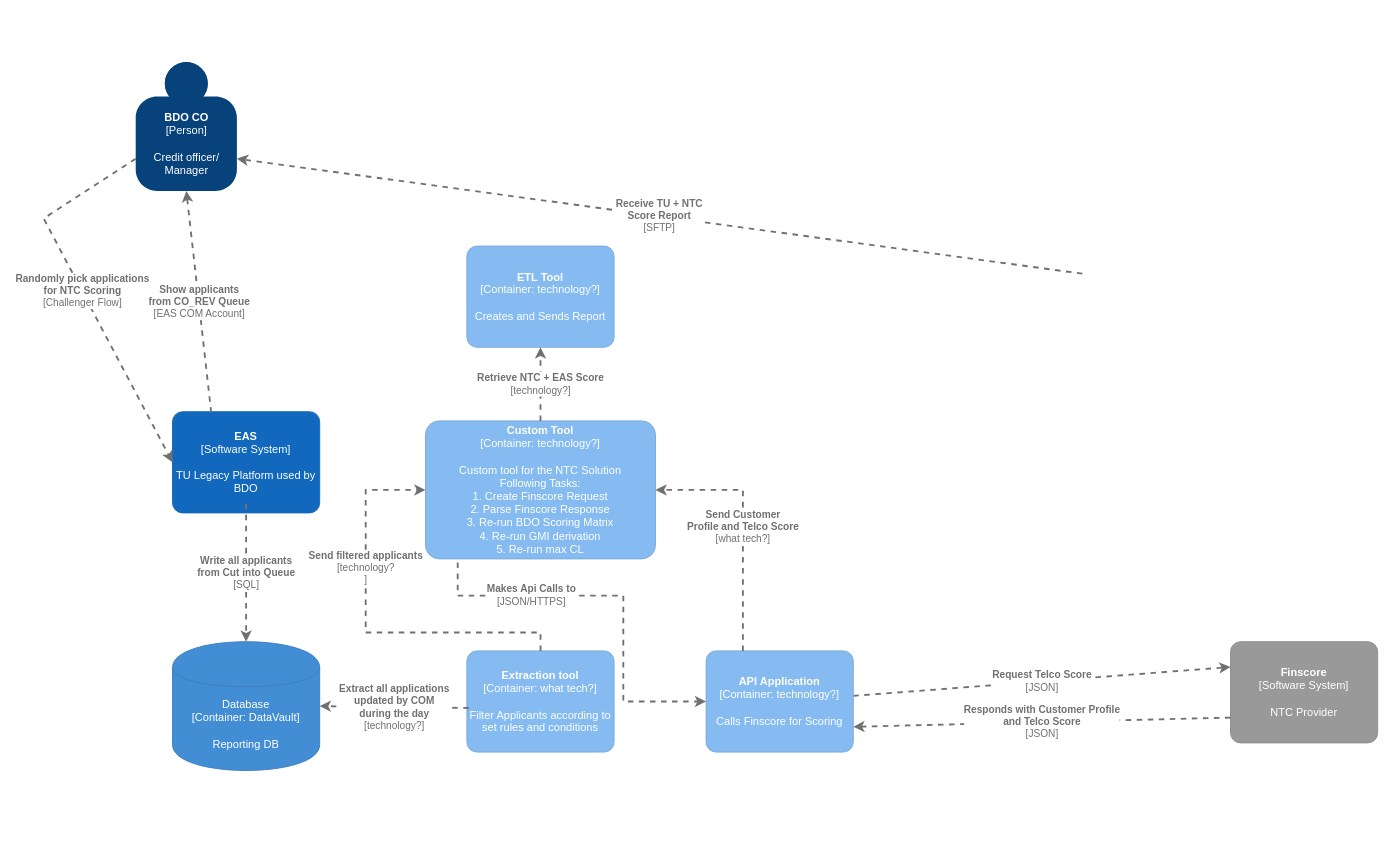
The draw.io diagram page "POC Solution (MVP)" (2 of 2) of BDO-NTC-EAS.drawio in howardleev/c4-draw.io, before the edit. Source tidied: cells renumbered, new cells numbered last; positions are measured from the earlier drawing's top-left corner, leaving out a move shared by most shapes. Both pictures are drawn from the tidied source at 92%, with x=0, y=0 at pixel (43, 62).
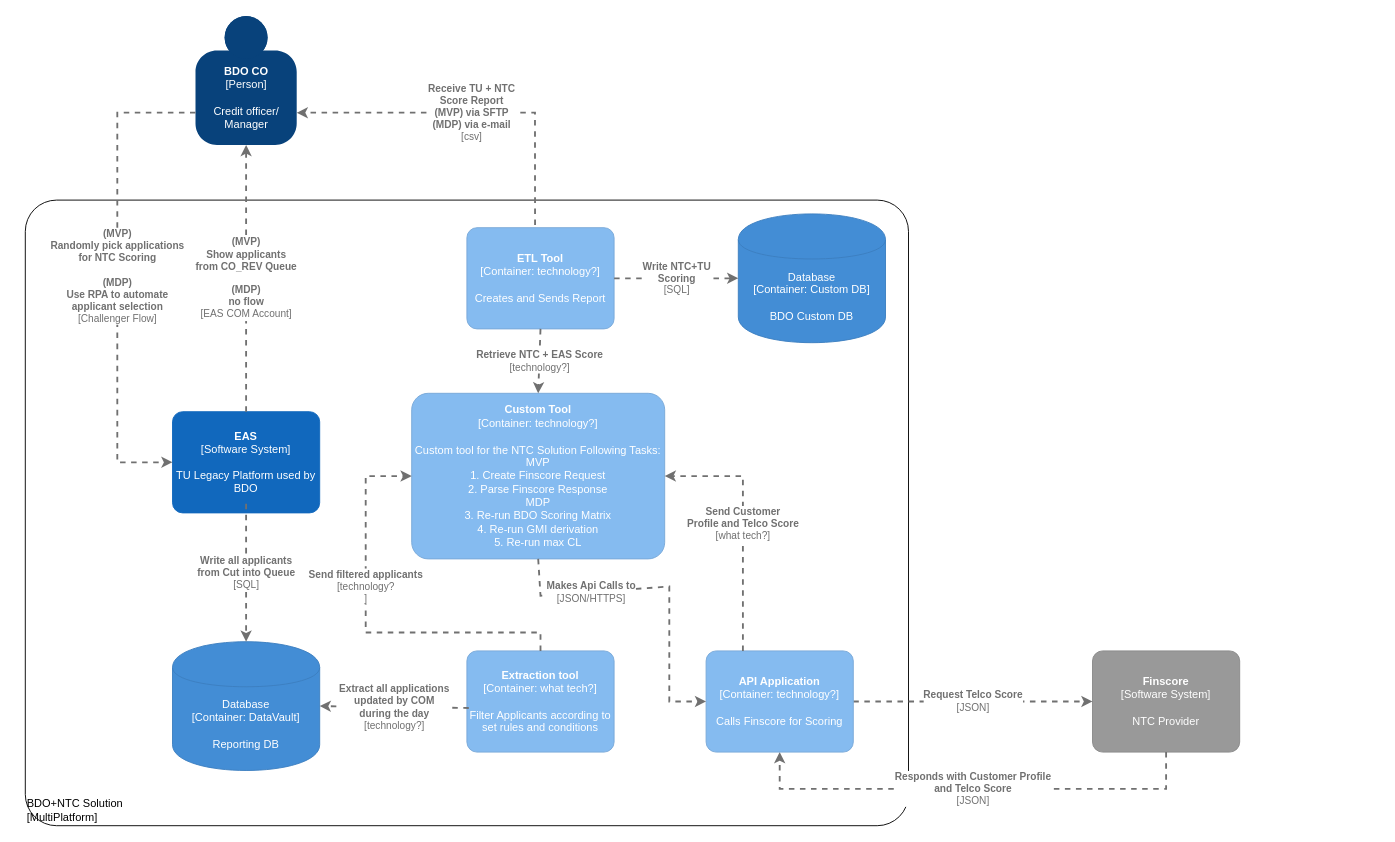
The same diagram, later.

Unchanged cells that the change refers to:
```xml
<object id="7" label="&lt;b&gt;%c4Name%&lt;/b&gt;&lt;div&gt;[%c4Type%]&lt;/div&gt;&lt;br&gt;&lt;div&gt;%c4Description%&lt;/div&gt;" c4Description="TU Legacy Platform used by BDO" c4Name="EAS" c4Type="Software System" placeholders="1">
  <mxCell style="rounded=1;whiteSpace=wrap;html=1;labelBackgroundColor=none;fillColor=#1168BD;fontColor=#ffffff;align=center;arcSize=10;strokeColor=#1168BD;metaData={&quot;c4Type&quot;:{&quot;editable&quot;:false}};points=[[0.25,0,0],[0.5,0,0],[0.75,0,0],[1,0.25,0],[1,0.5,0],[1,0.75,0],[0.75,1,0],[0.5,1,0],[0.25,1,0],[0,0.75,0],[0,0.5,0],[0,0.25,0]];" parent="1" vertex="1">
    <mxGeometry x="140" y="380" width="160" height="110" as="geometry" />
  </mxCell>
</object>
<object id="12" label="&lt;b&gt;%c4Name%&lt;/b&gt;&lt;div&gt;[%c4Type%: %c4Technology%]&lt;/div&gt;&lt;br&gt;&lt;div&gt;%c4Description%&lt;/div&gt;" c4Description="Filter Applicants according to set rules and conditions" c4Name="Extraction tool" c4Technology="what tech?" c4Type="Container" placeholders="1">
  <mxCell style="rounded=1;whiteSpace=wrap;html=1;labelBackgroundColor=none;fillColor=#85BBF0;fontColor=#ffffff;align=center;arcSize=10;strokeColor=#78A8D8;metaData={&quot;c4Type&quot;:{&quot;editable&quot;:false}};points=[[0.25,0,0],[0.5,0,0],[0.75,0,0],[1,0.25,0],[1,0.5,0],[1,0.75,0],[0.75,1,0],[0.5,1,0],[0.25,1,0],[0,0.75,0],[0,0.5,0],[0,0.25,0]];" parent="1" vertex="1">
    <mxGeometry x="460" y="640" width="160" height="110" as="geometry" />
  </mxCell>
</object>
<object id="14" label="&lt;b&gt;%c4Name%&lt;/b&gt;&lt;div&gt;[%c4Type%: %c4Technology%]&lt;/div&gt;&lt;br&gt;&lt;div&gt;%c4Description%&lt;/div&gt;" c4Description="Calls Finscore for Scoring " c4Name="API Application" c4Technology="technology?" c4Type="Container" placeholders="1">
  <mxCell style="rounded=1;whiteSpace=wrap;html=1;labelBackgroundColor=none;fillColor=#85BBF0;fontColor=#ffffff;align=center;arcSize=10;strokeColor=#78A8D8;metaData={&quot;c4Type&quot;:{&quot;editable&quot;:false}};points=[[0.25,0,0],[0.5,0,0],[0.75,0,0],[1,0.25,0],[1,0.5,0],[1,0.75,0],[0.75,1,0],[0.5,1,0],[0.25,1,0],[0,0.75,0],[0,0.5,0],[0,0.25,0]];" parent="1" vertex="1">
    <mxGeometry x="720" y="640" width="160" height="110" as="geometry" />
  </mxCell>
</object>
```

Diff of the diagram source:
```diff
@@
+    <object id="21" label="&lt;div style=&quot;text-align: left&quot;&gt;%c4Name%&lt;/div&gt;&lt;div style=&quot;text-align: left&quot;&gt;[%c4Application%]&lt;/div&gt;" c4Application="MultiPlatform" c4Name="BDO+NTC Solution" placeholders="1">
+      <mxCell style="rounded=1;whiteSpace=wrap;html=1;labelBackgroundColor=none;fillColor=#ffffff;fontColor=#000000;align=left;arcSize=5;strokeColor=#000000;verticalAlign=bottom;metaData={&quot;c4Type&quot;:{&quot;editable&quot;:false}};" parent="1" vertex="1">
+        <mxGeometry x="-20" y="150" width="960" height="680" as="geometry" />
+      </mxCell>
+    </object>
     <object id="2" label="&lt;b&gt;%c4Name%&lt;/b&gt;&lt;div&gt;[%c4Type%]&lt;/div&gt;&lt;br&gt;&lt;div&gt;%c4Description%&lt;/div&gt;" c4Description="Credit officer/&#10;Manager" c4Name="BDO CO" c4Type="Person" placeholders="1">
       <mxCell style="html=1;dashed=0;whitespace=wrap;fillColor=#08427b;strokeColor=none;fontColor=#ffffff;shape=mxgraph.c4.person;align=center;points=[[0.5,0,0],[1,0.5,0],[1,0.75,0],[0.75,1,0],[0.5,1,0],[0.25,1,0],[0,0.75,0],[0,0.5,0]];metaData={&quot;c4Type&quot;:{&quot;editable&quot;:false}};direction=east;" parent="1" vertex="1">
-        <mxGeometry x="100" width="110" height="140" as="geometry" />
+        <mxGeometry x="165" y="-50" width="110" height="140" as="geometry" />
       </mxCell>
     </object>
     <object id="3" label="&lt;b&gt;%c4Name%&lt;/b&gt;&lt;div&gt;[%c4Type%]&lt;/div&gt;&lt;br&gt;&lt;div&gt;%c4Description%&lt;/div&gt;" c4Description="NTC Provider" c4Name="Finscore" c4Type="Software System" placeholders="1">
       <mxCell style="rounded=1;whiteSpace=wrap;html=1;labelBackgroundColor=none;fillColor=#999999;fontColor=#ffffff;align=center;arcSize=10;strokeColor=#8A8A8A;metaData={&quot;c4Type&quot;:{&quot;editable&quot;:false}};points=[[0.25,0,0],[0.5,0,0],[0.75,0,0],[1,0.25,0],[1,0.5,0],[1,0.75,0],[0.75,1,0],[0.5,1,0],[0.25,1,0],[0,0.75,0],[0,0.5,0],[0,0.25,0]];" parent="1" vertex="1">
-        <mxGeometry x="1290" y="630" width="160" height="110" as="geometry" />
+        <mxGeometry x="1140" y="640" width="160" height="110" as="geometry" />
       </mxCell>
     </object>
     <object id="4" label="&lt;div style=&quot;text-align: left&quot;&gt;&lt;div style=&quot;text-align: center&quot;&gt;&lt;b&gt;%c4Description%&lt;/b&gt;&lt;/div&gt;&lt;div style=&quot;text-align: center&quot;&gt;[%c4Technology%]&lt;/div&gt;&lt;/div&gt;" c4Description="Request Telco Score" c4Technology="JSON" placeholders="1">
-      <mxCell style="edgeStyle=none;rounded=0;html=1;entryX=0;entryY=0.25;jettySize=auto;strokeColor=#707070;strokeWidth=2;fontColor=#707070;jumpStyle=none;dashed=1;metaData={&quot;c4Type&quot;:{&quot;editable&quot;:false}};entryDx=0;entryDy=0;entryPerimeter=0;" parent="1" edge="1" source="14" target="3">
+      <mxCell style="edgeStyle=none;rounded=0;html=1;entryX=0;entryY=0.5;jettySize=auto;strokeColor=#707070;strokeWidth=2;fontColor=#707070;jumpStyle=none;dashed=1;metaData={&quot;c4Type&quot;:{&quot;editable&quot;:false}};entryDx=0;entryDy=0;entryPerimeter=0;" parent="1" edge="1" source="14" target="3">
         <mxGeometry relative="1" as="geometry" />
       </mxCell>
     </object>
     <object id="5" label="&lt;div style=&quot;text-align: left&quot;&gt;&lt;div style=&quot;text-align: center&quot;&gt;&lt;b&gt;%c4Description%&lt;/b&gt;&lt;/div&gt;&lt;div style=&quot;text-align: center&quot;&gt;[%c4Technology%]&lt;/div&gt;&lt;/div&gt;" c4Description="Responds with Customer Profile&#10;and Telco Score" c4Technology="JSON" placeholders="1">
-      <mxCell style="edgeStyle=none;rounded=0;html=1;entryX=1;entryY=0.75;jettySize=auto;strokeColor=#707070;strokeWidth=2;fontColor=#707070;jumpStyle=none;dashed=1;metaData={&quot;c4Type&quot;:{&quot;editable&quot;:false}};entryDx=0;entryDy=0;entryPerimeter=0;exitX=0;exitY=0.75;exitDx=0;exitDy=0;exitPerimeter=0;" parent="1" edge="1" source="3" target="14">
-        <mxGeometry relative="1" as="geometry" />
+      <mxCell style="edgeStyle=none;rounded=0;html=1;jettySize=auto;strokeColor=#707070;strokeWidth=2;fontColor=#707070;jumpStyle=none;dashed=1;metaData={&quot;c4Type&quot;:{&quot;editable&quot;:false}};exitX=0.5;exitY=1;exitDx=0;exitDy=0;exitPerimeter=0;entryX=0.5;entryY=1;entryDx=0;entryDy=0;entryPerimeter=0;" parent="1" edge="1" source="3" target="14">
+        <mxGeometry relative="1" as="geometry">
+          <Array as="points">
+            <mxPoint x="1220" y="790" />
+            <mxPoint x="1030" y="790" />
+            <mxPoint x="800" y="790" />
+          </Array>
+        </mxGeometry>
       </mxCell>
     </object>
-    <object id="6" label="&lt;div style=&quot;text-align: left&quot;&gt;&lt;div style=&quot;text-align: center&quot;&gt;&lt;b&gt;%c4Description%&lt;/b&gt;&lt;/div&gt;&lt;div style=&quot;text-align: center&quot;&gt;[%c4Technology%]&lt;/div&gt;&lt;/div&gt;" c4Description="Receive TU + NTC &#10;Score Report" c4Technology="SFTP" placeholders="1">
-      <mxCell style="edgeStyle=none;rounded=0;html=1;jettySize=auto;strokeColor=#707070;strokeWidth=2;fontColor=#707070;jumpStyle=none;dashed=1;metaData={&quot;c4Type&quot;:{&quot;editable&quot;:false}};entryX=1;entryY=0.75;entryDx=0;entryDy=0;entryPerimeter=0;" parent="1" edge="1" target="2">
+    <object id="6" label="&lt;div style=&quot;text-align: left&quot;&gt;&lt;div style=&quot;text-align: center&quot;&gt;&lt;b&gt;%c4Description%&lt;/b&gt;&lt;/div&gt;&lt;div style=&quot;text-align: center&quot;&gt;[%c4Technology%]&lt;/div&gt;&lt;/div&gt;" c4Description="Receive TU + NTC &#10;Score Report&#10;(MVP) via SFTP&#10;(MDP) via e-mail" c4Technology="csv" placeholders="1">
+      <mxCell style="edgeStyle=none;rounded=0;html=1;jettySize=auto;strokeColor=#707070;strokeWidth=2;fontColor=#707070;jumpStyle=none;dashed=1;metaData={&quot;c4Type&quot;:{&quot;editable&quot;:false}};entryX=1;entryY=0.75;entryDx=0;entryDy=0;entryPerimeter=0;exitX=0.463;exitY=-0.027;exitDx=0;exitDy=0;exitPerimeter=0;" parent="1" edge="1" source="18" target="2">
         <mxGeometry relative="1" as="geometry">
-          <mxPoint x="1129" y="230" as="sourcePoint" />
+          <Array as="points">
+            <mxPoint x="534" y="55" />
+          </Array>
         </mxGeometry>
       </mxCell>
     </object>
@@
-    <object id="8" label="&lt;div style=&quot;text-align: left&quot;&gt;&lt;div style=&quot;text-align: center&quot;&gt;&lt;b&gt;%c4Description%&lt;/b&gt;&lt;/div&gt;&lt;div style=&quot;text-align: center&quot;&gt;[%c4Technology%]&lt;/div&gt;&lt;/div&gt;" c4Description="Show applicants &#10;from CO_REV Queue" c4Technology="EAS COM Account" placeholders="1">
-      <mxCell style="edgeStyle=none;rounded=0;html=1;entryX=0.5;entryY=1;jettySize=auto;strokeColor=#707070;strokeWidth=2;fontColor=#707070;jumpStyle=none;dashed=1;metaData={&quot;c4Type&quot;:{&quot;editable&quot;:false}};entryDx=0;entryDy=0;entryPerimeter=0;exitX=0.263;exitY=0.01;exitDx=0;exitDy=0;exitPerimeter=0;" parent="1" edge="1" source="7" target="2">
+    <object id="8" label="&lt;div style=&quot;text-align: left&quot;&gt;&lt;div style=&quot;text-align: center&quot;&gt;&lt;b&gt;%c4Description%&lt;/b&gt;&lt;/div&gt;&lt;div style=&quot;text-align: center&quot;&gt;[%c4Technology%]&lt;/div&gt;&lt;/div&gt;" c4Description="(MVP)&#10;Show applicants &#10;from CO_REV Queue&#10;&#10;(MDP)&#10;no flow" c4Technology="EAS COM Account" placeholders="1">
+      <mxCell style="edgeStyle=none;rounded=0;html=1;entryX=0.5;entryY=1;jettySize=auto;strokeColor=#707070;strokeWidth=2;fontColor=#707070;jumpStyle=none;dashed=1;metaData={&quot;c4Type&quot;:{&quot;editable&quot;:false}};entryDx=0;entryDy=0;entryPerimeter=0;exitX=0.5;exitY=0;exitDx=0;exitDy=0;exitPerimeter=0;" parent="1" edge="1" source="7" target="2">
         <mxGeometry relative="1" as="geometry" />
       </mxCell>
     </object>
-    <object id="9" label="&lt;div style=&quot;text-align: left&quot;&gt;&lt;div style=&quot;text-align: center&quot;&gt;&lt;b&gt;%c4Description%&lt;/b&gt;&lt;/div&gt;&lt;div style=&quot;text-align: center&quot;&gt;[%c4Technology%]&lt;/div&gt;&lt;/div&gt;" c4Description="Randomly pick applications &#10;for NTC Scoring" c4Technology="Challenger Flow" placeholders="1">
+    <object id="9" label="&lt;div style=&quot;text-align: left&quot;&gt;&lt;div style=&quot;text-align: center&quot;&gt;&lt;b&gt;%c4Description%&lt;/b&gt;&lt;/div&gt;&lt;div style=&quot;text-align: center&quot;&gt;[%c4Technology%]&lt;/div&gt;&lt;/div&gt;" c4Description="(MVP)&#10;Randomly pick applications &#10;for NTC Scoring&#10;&#10;(MDP)&#10;Use RPA to automate&#10;applicant selection" c4Technology="Challenger Flow" placeholders="1">
       <mxCell style="edgeStyle=none;rounded=0;html=1;jettySize=auto;strokeColor=#707070;strokeWidth=2;fontColor=#707070;jumpStyle=none;dashed=1;metaData={&quot;c4Type&quot;:{&quot;editable&quot;:false}};exitX=0;exitY=0.75;exitDx=0;exitDy=0;exitPerimeter=0;entryX=0;entryY=0.5;entryDx=0;entryDy=0;entryPerimeter=0;" parent="1" edge="1" source="2" target="7">
         <mxGeometry relative="1" as="geometry">
           <Array as="points">
-            <mxPoint y="170" />
+            <mxPoint x="80" y="55" />
+            <mxPoint x="80" y="435" />
           </Array>
         </mxGeometry>
       </mxCell>
     </object>
@@
-    <object id="15" label="&lt;b&gt;%c4Name%&lt;/b&gt;&lt;div&gt;[%c4Type%: %c4Technology%]&lt;/div&gt;&lt;br&gt;&lt;div&gt;%c4Description%&lt;/div&gt;" c4Description="Custom tool for the NTC Solution&#10;Following Tasks:&#10;1. Create Finscore Request&#10;2. Parse Finscore Response&#10;3. Re-run BDO Scoring Matrix &#10;4. Re-run GMI derivation&#10;5. Re-run max CL" c4Name="Custom Tool" c4Technology="technology?" c4Type="Container" placeholders="1">
+    <object id="15" label="&lt;b&gt;%c4Name%&lt;/b&gt;&lt;div&gt;[%c4Type%: %c4Technology%]&lt;/div&gt;&lt;br&gt;&lt;div&gt;%c4Description%&lt;/div&gt;" c4Description="Custom tool for the NTC Solution Following Tasks:&#10;MVP&#10;1. Create Finscore Request&#10;2. Parse Finscore Response&#10;MDP&#10;3. Re-run BDO Scoring Matrix &#10;4. Re-run GMI derivation&#10;5. Re-run max CL" c4Name="Custom Tool" c4Technology="technology?" c4Type="Container" placeholders="1">
       <mxCell style="rounded=1;whiteSpace=wrap;html=1;labelBackgroundColor=none;fillColor=#85BBF0;fontColor=#ffffff;align=center;arcSize=10;strokeColor=#78A8D8;metaData={&quot;c4Type&quot;:{&quot;editable&quot;:false}};points=[[0.25,0,0],[0.5,0,0],[0.75,0,0],[1,0.25,0],[1,0.5,0],[1,0.75,0],[0.75,1,0],[0.5,1,0],[0.25,1,0],[0,0.75,0],[0,0.5,0],[0,0.25,0]];" parent="1" vertex="1">
-        <mxGeometry x="415" y="390" width="250" height="150" as="geometry" />
+        <mxGeometry x="400" y="360" width="275" height="180" as="geometry" />
       </mxCell>
     </object>
     <object id="16" label="&lt;div style=&quot;text-align: left&quot;&gt;&lt;div style=&quot;text-align: center&quot;&gt;&lt;b&gt;%c4Description%&lt;/b&gt;&lt;/div&gt;&lt;div style=&quot;text-align: center&quot;&gt;[%c4Technology%]&lt;/div&gt;&lt;/div&gt;" c4Description="Makes Api Calls to" c4Technology="JSON/HTTPS" placeholders="1">
-      <mxCell style="edgeStyle=none;rounded=0;html=1;entryX=0;entryY=0.5;jettySize=auto;strokeColor=#707070;strokeWidth=2;fontColor=#707070;jumpStyle=none;dashed=1;metaData={&quot;c4Type&quot;:{&quot;editable&quot;:false}};entryDx=0;entryDy=0;entryPerimeter=0;" parent="1" edge="1" target="14">
+      <mxCell style="edgeStyle=none;rounded=0;html=1;entryX=0;entryY=0.5;jettySize=auto;strokeColor=#707070;strokeWidth=2;fontColor=#707070;jumpStyle=none;dashed=1;metaData={&quot;c4Type&quot;:{&quot;editable&quot;:false}};entryDx=0;entryDy=0;entryPerimeter=0;exitX=0.5;exitY=1;exitDx=0;exitDy=0;exitPerimeter=0;" parent="1" edge="1" source="15" target="14">
         <mxGeometry x="-0.45" relative="1" as="geometry">
-          <mxPoint x="450" y="544" as="sourcePoint" />
           <Array as="points">
-            <mxPoint x="450" y="580" />
-            <mxPoint x="630" y="580" />
-            <mxPoint x="630" y="640" />
-            <mxPoint x="630" y="695" />
+            <mxPoint x="540" y="580" />
+            <mxPoint x="680" y="570" />
+            <mxPoint x="680" y="640" />
+            <mxPoint x="680" y="695" />
           </Array>
         </mxGeometry>
       </mxCell>
     </object>
     <object id="17" label="&lt;div style=&quot;text-align: left&quot;&gt;&lt;div style=&quot;text-align: center&quot;&gt;&lt;b&gt;%c4Description%&lt;/b&gt;&lt;/div&gt;&lt;div style=&quot;text-align: center&quot;&gt;[%c4Technology%]&lt;/div&gt;&lt;/div&gt;" c4Description="Send Customer &#10;Profile and Telco Score" c4Technology="what tech?" placeholders="1">
       <mxCell style="edgeStyle=none;rounded=0;html=1;jettySize=auto;strokeColor=#707070;strokeWidth=2;fontColor=#707070;jumpStyle=none;dashed=1;metaData={&quot;c4Type&quot;:{&quot;editable&quot;:false}};exitX=0.25;exitY=0;exitDx=0;exitDy=0;exitPerimeter=0;entryX=1;entryY=0.5;entryDx=0;entryDy=0;entryPerimeter=0;" parent="1" edge="1" source="14" target="15">
         <mxGeometry relative="1" as="geometry">
           <Array as="points">
             <mxPoint x="760" y="610" />
-            <mxPoint x="760" y="465" />
-            <mxPoint x="690" y="465" />
+            <mxPoint x="760" y="450" />
           </Array>
         </mxGeometry>
       </mxCell>
     </object>
     <object id="18" label="&lt;b&gt;%c4Name%&lt;/b&gt;&lt;div&gt;[%c4Type%: %c4Technology%]&lt;/div&gt;&lt;br&gt;&lt;div&gt;%c4Description%&lt;/div&gt;" c4Description="Creates and Sends Report" c4Name="ETL Tool" c4Technology="technology?" c4Type="Container" placeholders="1">
       <mxCell style="rounded=1;whiteSpace=wrap;html=1;labelBackgroundColor=none;fillColor=#85BBF0;fontColor=#ffffff;align=center;arcSize=10;strokeColor=#78A8D8;metaData={&quot;c4Type&quot;:{&quot;editable&quot;:false}};points=[[0.25,0,0],[0.5,0,0],[0.75,0,0],[1,0.25,0],[1,0.5,0],[1,0.75,0],[0.75,1,0],[0.5,1,0],[0.25,1,0],[0,0.75,0],[0,0.5,0],[0,0.25,0]];" parent="1" vertex="1">
-        <mxGeometry x="460" y="200" width="160" height="110" as="geometry" />
+        <mxGeometry x="460" y="180" width="160" height="110" as="geometry" />
       </mxCell>
     </object>
     <object id="19" label="&lt;div style=&quot;text-align: left&quot;&gt;&lt;div style=&quot;text-align: center&quot;&gt;&lt;b&gt;%c4Description%&lt;/b&gt;&lt;/div&gt;&lt;div style=&quot;text-align: center&quot;&gt;[%c4Technology%]&lt;/div&gt;&lt;/div&gt;" c4Description="Send filtered applicants " c4Technology="technology?&#10;" placeholders="1">
       <mxCell style="edgeStyle=none;rounded=0;html=1;jettySize=auto;strokeColor=#707070;strokeWidth=2;fontColor=#707070;jumpStyle=none;dashed=1;metaData={&quot;c4Type&quot;:{&quot;editable&quot;:false}};exitX=0.5;exitY=0;exitDx=0;exitDy=0;exitPerimeter=0;entryX=0;entryY=0.5;entryDx=0;entryDy=0;entryPerimeter=0;" parent="1" edge="1" source="12" target="15">
-        <mxGeometry x="0.3" relative="1" as="geometry">
+        <mxGeometry x="0.21" relative="1" as="geometry">
           <Array as="points">
             <mxPoint x="540" y="620" />
             <mxPoint x="440" y="620" />
             <mxPoint x="350" y="620" />
             <mxPoint x="350" y="570" />
-            <mxPoint x="350" y="465" />
+            <mxPoint x="350" y="450" />
           </Array>
         </mxGeometry>
       </mxCell>
     </object>
     <object id="20" label="&lt;div style=&quot;text-align: left&quot;&gt;&lt;div style=&quot;text-align: center&quot;&gt;&lt;b&gt;%c4Description%&lt;/b&gt;&lt;/div&gt;&lt;div style=&quot;text-align: center&quot;&gt;[%c4Technology%]&lt;/div&gt;&lt;/div&gt;" c4Description="Retrieve NTC + EAS Score" c4Technology="technology?" placeholders="1">
-      <mxCell style="edgeStyle=none;rounded=0;html=1;entryX=0.5;entryY=1;jettySize=auto;strokeColor=#707070;strokeWidth=2;fontColor=#707070;jumpStyle=none;dashed=1;metaData={&quot;c4Type&quot;:{&quot;editable&quot;:false}};exitX=0.5;exitY=0;exitDx=0;exitDy=0;exitPerimeter=0;entryDx=0;entryDy=0;entryPerimeter=0;" parent="1" edge="1" source="15" target="18">
+      <mxCell style="edgeStyle=none;rounded=0;html=1;jettySize=auto;strokeColor=#707070;strokeWidth=2;fontColor=#707070;jumpStyle=none;dashed=1;metaData={&quot;c4Type&quot;:{&quot;editable&quot;:false}};exitX=0.5;exitY=1;exitDx=0;exitDy=0;exitPerimeter=0;entryX=0.5;entryY=0;entryDx=0;entryDy=0;entryPerimeter=0;" parent="1" edge="1" source="18" target="15">
         <mxGeometry relative="1" as="geometry" />
       </mxCell>
     </object>
+    <object id="22" label="%c4Type%&lt;div&gt;[Container:&amp;nbsp;%c4Technology%]&lt;/div&gt;&lt;br&gt;&lt;div&gt;%c4Description%&lt;/div&gt;" c4Description="BDO Custom DB" c4Technology="Custom DB" c4Type="Database" placeholders="1">
+      <mxCell style="shape=cylinder;whiteSpace=wrap;html=1;boundedLbl=1;rounded=0;labelBackgroundColor=none;fillColor=#438DD5;fontSize=12;fontColor=#ffffff;align=center;strokeColor=#3C7FC0;points=[[0.5,0,0],[1,0.25,0],[1,0.5,0],[1,0.75,0],[0.5,1,0],[0,0.75,0],[0,0.5,0],[0,0.25,0]];metaData={&quot;c4Type&quot;:{&quot;editable&quot;:false}};" parent="1" vertex="1">
+        <mxGeometry x="755" y="165" width="160" height="140" as="geometry" />
+      </mxCell>
+    </object>
+    <object id="23" label="&lt;div style=&quot;text-align: left&quot;&gt;&lt;div style=&quot;text-align: center&quot;&gt;&lt;b&gt;%c4Description%&lt;/b&gt;&lt;/div&gt;&lt;div style=&quot;text-align: center&quot;&gt;[%c4Technology%]&lt;/div&gt;&lt;/div&gt;" c4Description="Write NTC+TU&#10;Scoring" c4Technology="SQL" placeholders="1">
+      <mxCell style="edgeStyle=none;rounded=0;html=1;jettySize=auto;strokeColor=#707070;strokeWidth=2;fontColor=#707070;jumpStyle=none;dashed=1;metaData={&quot;c4Type&quot;:{&quot;editable&quot;:false}};entryX=0;entryY=0.5;entryDx=0;entryDy=0;entryPerimeter=0;" parent="1" edge="1" source="18" target="22">
+        <mxGeometry relative="1" as="geometry" />
+      </mxCell>
+    </object>
```
